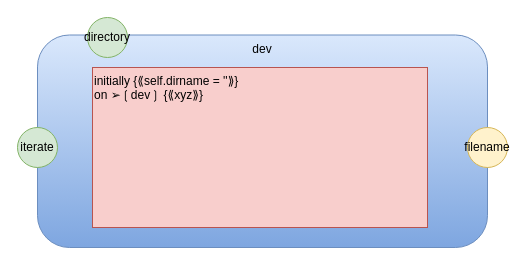
Before: poc/dev.drawio in guitarvydas/pypm, a draw.io diagram. Source tidied: cells renumbered, new cells numbered last; positions are measured from the earlier drawing's top-left corner, leaving out a move shared by most shapes. Both pictures are drawn from the tidied source at 100%, with x=0, y=0 at pixel (17, 17).
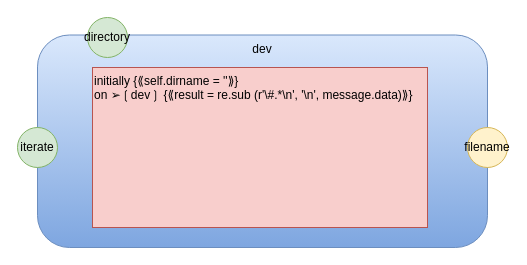
Above is the later version.

The edit, as a diff of the source:
```diff
@@
 <mxGraphModel>
   <root>
     <mxCell id="0" />
     <mxCell id="1" parent="0" />
     <mxCell id="2" value="dev" style="rounded=1;whiteSpace=wrap;html=1;horizontal=1;verticalAlign=top;strokeColor=#6c8ebf;fillColor=#dae8fc;gradientColor=#7ea6e0;" parent="1" vertex="1">
       <mxGeometry x="20" y="17.5" width="450" height="212.5" as="geometry" />
     </mxCell>
     <mxCell id="3" value="filename" style="ellipse;whiteSpace=wrap;html=1;fillColor=#fff2cc;strokeColor=#d6b656;" parent="1" vertex="1">
       <mxGeometry x="450" y="110" width="40" height="40" as="geometry" />
     </mxCell>
     <mxCell id="4" value="iterate" style="ellipse;whiteSpace=wrap;html=1;fillColor=#d5e8d4;strokeColor=#82b366;" parent="1" vertex="1">
       <mxGeometry y="110" width="40" height="40" as="geometry" />
     </mxCell>
     <mxCell id="5" value="directory" style="ellipse;whiteSpace=wrap;html=1;fillColor=#d5e8d4;strokeColor=#82b366;" parent="1" vertex="1">
       <mxGeometry x="70" width="40" height="40" as="geometry" />
     </mxCell>
-    <mxCell id="6" value="&lt;div&gt;&lt;div&gt;initially {⟪self.dirname = ''⟫}&lt;/div&gt;&lt;div&gt;on ➢❲dev❳ {&lt;span&gt;⟪xyz&lt;/span&gt;&lt;span&gt;⟫}&lt;/span&gt;&lt;/div&gt;&lt;div&gt;&lt;span&gt;&amp;nbsp; &amp;nbsp; &amp;nbsp; &amp;nbsp;&lt;/span&gt;&lt;br&gt;&lt;/div&gt;&lt;/div&gt;&lt;div&gt;&lt;br&gt;&lt;/div&gt;" style="rounded=0;whiteSpace=wrap;html=1;align=left;verticalAlign=top;fillColor=#f8cecc;strokeColor=#b85450;" parent="1" vertex="1">
+    <mxCell id="6" value="&lt;div&gt;&lt;div&gt;&lt;div&gt;&lt;div&gt;&lt;div&gt;initially {⟪self.dirname = ''⟫}&lt;/div&gt;&lt;div&gt;on ➢❲dev❳ {⟪result = re.sub (r'\#.*\n', '\n', message.data)⟫}&lt;/div&gt;&lt;/div&gt;&lt;/div&gt;&lt;/div&gt;&lt;/div&gt;&lt;div&gt;&lt;br&gt;&lt;/div&gt;" style="rounded=0;whiteSpace=wrap;html=1;align=left;verticalAlign=top;fillColor=#f8cecc;strokeColor=#b85450;" parent="1" vertex="1">
       <mxGeometry x="75" y="50" width="335" height="160" as="geometry" />
     </mxCell>
   </root>
 </mxGraphModel>
```
